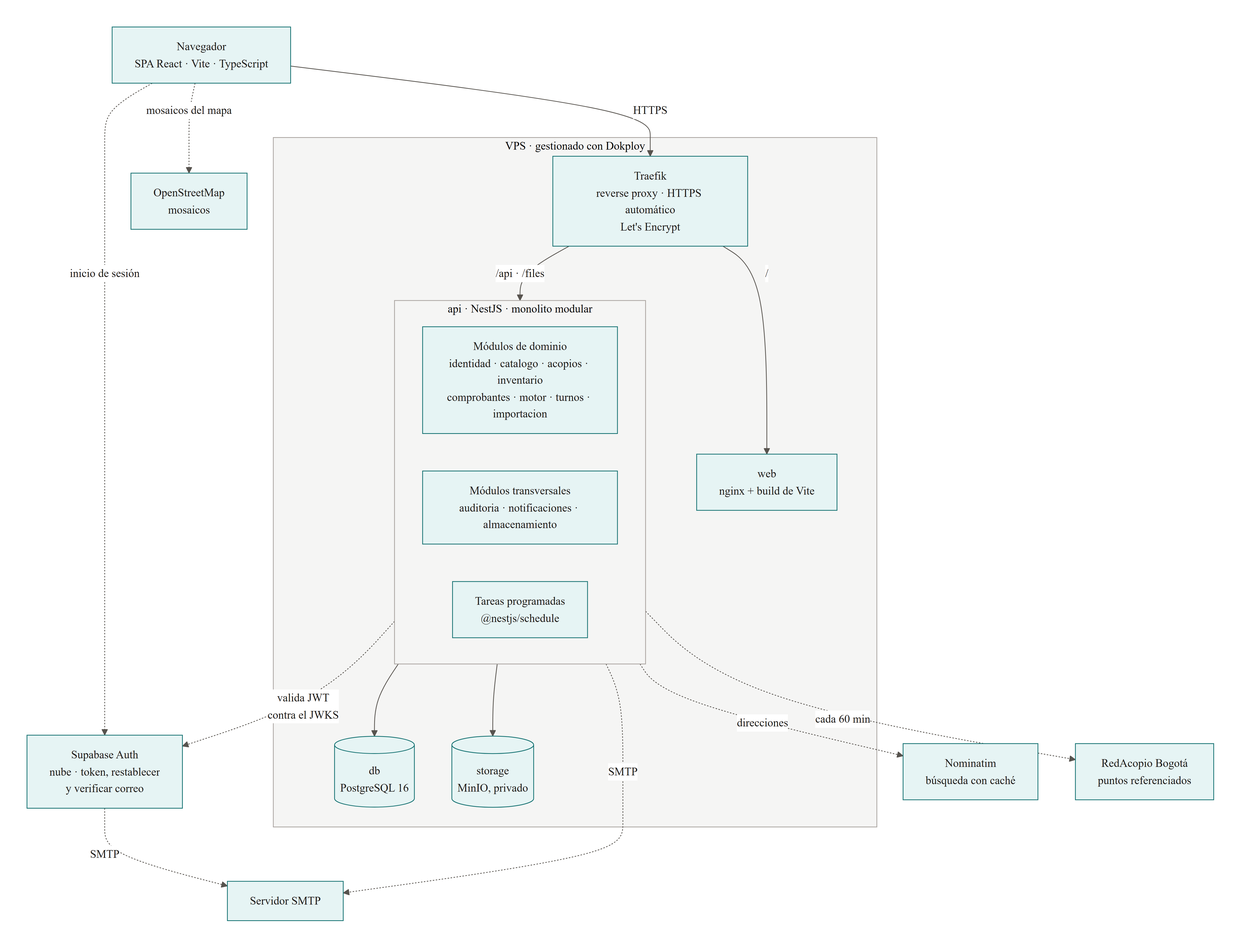
The Mermaid diagram docs/assets/diagramas/arquitectura-02-contenedores.png in Proyecto-IngSoftware/acopio, before a commit. Its source is kept beside it as docs/02-arquitectura/diagramas/mmd/arquitectura-02-contenedores.mmd. Its diagram source:
```mermaid
%%{init: {"theme":"base","themeVariables":{"fontFamily":"Inter, Segoe UI, Arial, sans-serif","fontSize":"15px","primaryColor":"#E6F4F4","primaryTextColor":"#1C1917","primaryBorderColor":"#0F6E6E","secondaryColor":"#C7E8E8","tertiaryColor":"#FAFAF9","lineColor":"#57534E","textColor":"#1C1917","mainBkg":"#E6F4F4","nodeBorder":"#0F6E6E","clusterBkg":"#F5F5F4","clusterBorder":"#A8A29E","edgeLabelBackground":"#FFFFFF","attributeBackgroundColorOdd":"#FFFFFF","attributeBackgroundColorEven":"#F5F5F4"},"er":{"useMaxWidth":false},"flowchart":{"useMaxWidth":false,"htmlLabels":true,"curve":"basis"}}}%%
flowchart TB
    Cliente["Navegador<br/>SPA React · Vite · TypeScript"] -->|HTTPS| Traefik
    Cliente -.->|"inicio de sesión"| SupabaseAuth["Supabase Auth<br/>nube · token, restablecer<br/>y verificar correo"]
    Cliente -.->|"mosaicos del mapa"| OSM["OpenStreetMap<br/>mosaicos"]

    subgraph VPS["VPS · gestionado con Dokploy"]
        Traefik["Traefik<br/>reverse proxy · HTTPS automático<br/>Let's Encrypt"]
        Web["web<br/>nginx + build de Vite"]

        subgraph API["api · NestJS · monolito modular"]
            Dominio["Módulos de dominio<br/>identidad · catalogo · acopios · inventario<br/>comprobantes · motor · turnos · importacion"]
            Transversales["Módulos transversales<br/>auditoria · notificaciones · almacenamiento"]
            Tareas["Tareas programadas<br/>@nestjs/schedule"]
        end

        DB[("db<br/>PostgreSQL 16")]
        Storage[("storage<br/>Garage, S3 privado")]

        Traefik -->|"/"| Web
        Traefik -->|"/api · /files"| API
        API --> DB
        API --> Storage
    end

    API -.->|"valida JWT<br/>contra el JWKS"| SupabaseAuth
    API -.->|SMTP| SMTP["Servidor SMTP"]
    SupabaseAuth -.->|SMTP| SMTP
    API -.->|"direcciones"| Nominatim["Nominatim<br/>búsqueda con caché"]
    API -.->|"cada 60 min"| RedAcopio["RedAcopio Bogotá<br/>puntos referenciados"]
```
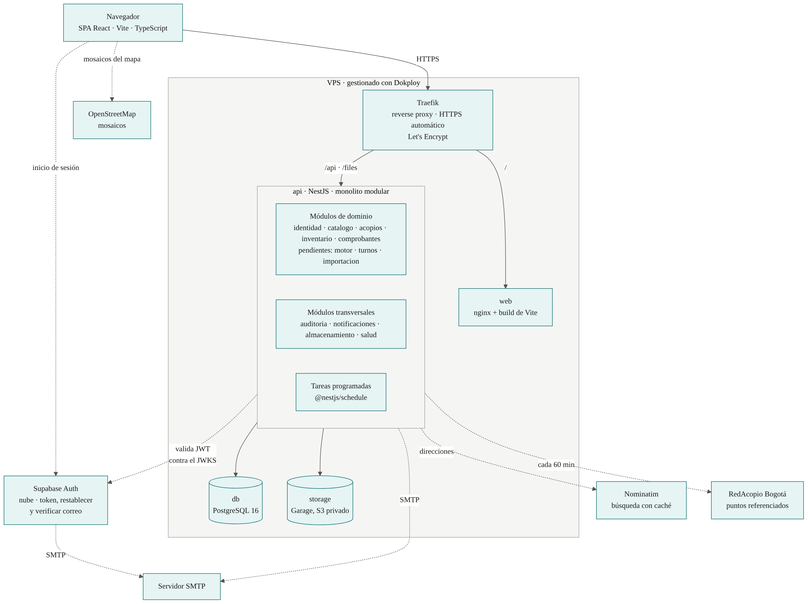
After the change.

Diff of the diagram source:
```diff
@@ -9,8 +9,8 @@
         Web["web<br/>nginx + build de Vite"]
 
         subgraph API["api · NestJS · monolito modular"]
-            Dominio["Módulos de dominio<br/>identidad · catalogo · acopios · inventario<br/>comprobantes · motor · turnos · importacion"]
-            Transversales["Módulos transversales<br/>auditoria · notificaciones · almacenamiento"]
+            Dominio["Módulos de dominio<br/>identidad · catalogo · acopios · inventario · comprobantes<br/>pendientes: motor · turnos · importacion"]
+            Transversales["Módulos transversales<br/>auditoria · notificaciones · almacenamiento · salud"]
             Tareas["Tareas programadas<br/>@nestjs/schedule"]
         end
 
```
